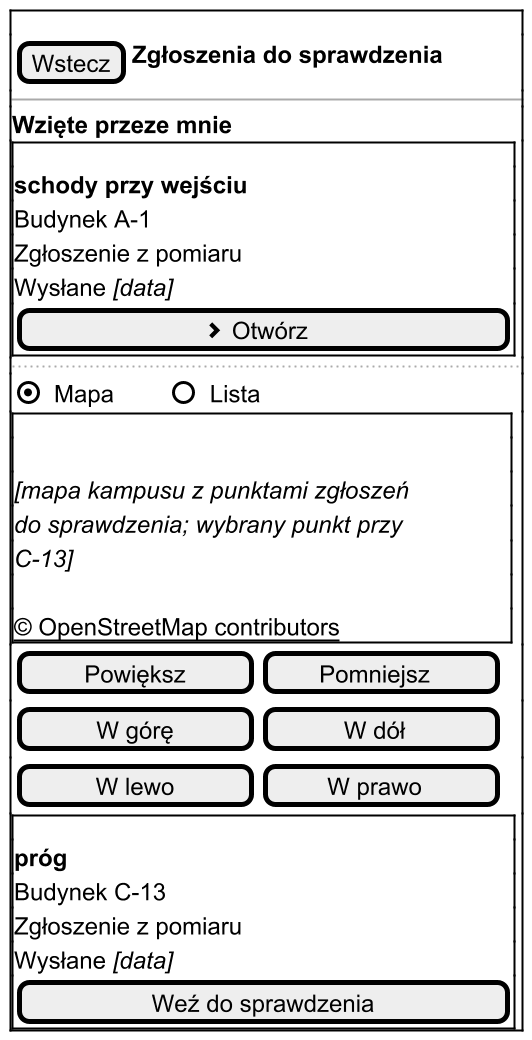
Above: docs/docs/_generated/m-r1-kolejka-weryfikacji-mapa.png in dostepny-kampus/dostepny-kampus (PlantUML), before the change.
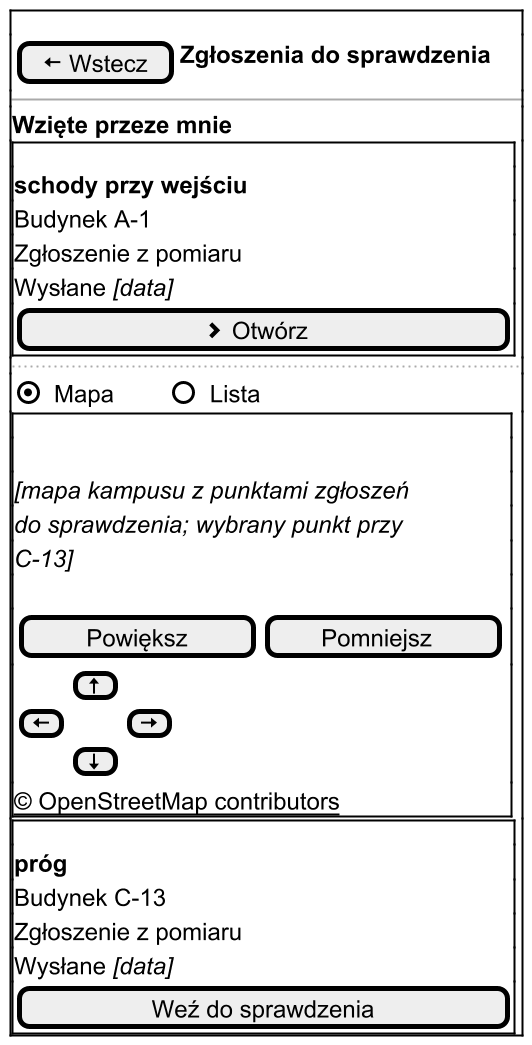
After the commit.

The edit, as a diff of the source:
```diff
@@ -14,8 +14,7 @@
 }
 ..
 $przelacznik("Mapa", "Lista", 1)
-$mapa("mapa kampusu z punktami zgłoszeń do sprawdzenia; wybrany punkt przy C-13")
-$przyciski_mapy()
+$mapa("mapa kampusu z punktami zgłoszeń do sprawdzenia; wybrany punkt przy C-13", "", "mapa")
 $ramka()
 <b>próg</b>
 Budynek C-13
```
